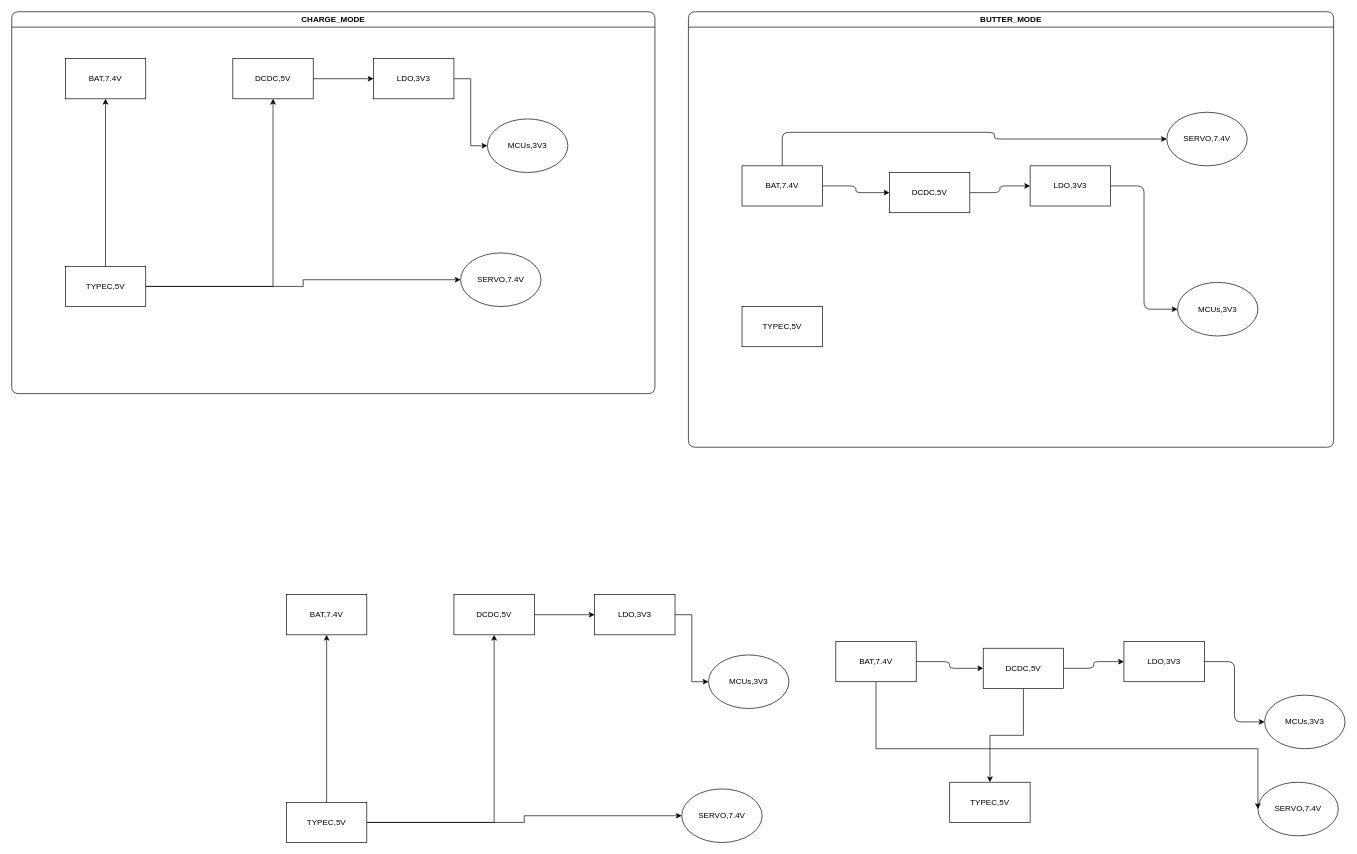
The draw.io diagram Control_Unit/Hardware/电力系统.drawio in Ashington258/EquiCycle, before the edit. Source tidied: cells renumbered, new cells numbered last; positions are measured from the earlier drawing's top-left corner, leaving out a move shared by most shapes. Both pictures are drawn from the tidied source at 67%, with x=0, y=0 at pixel (11, 11).
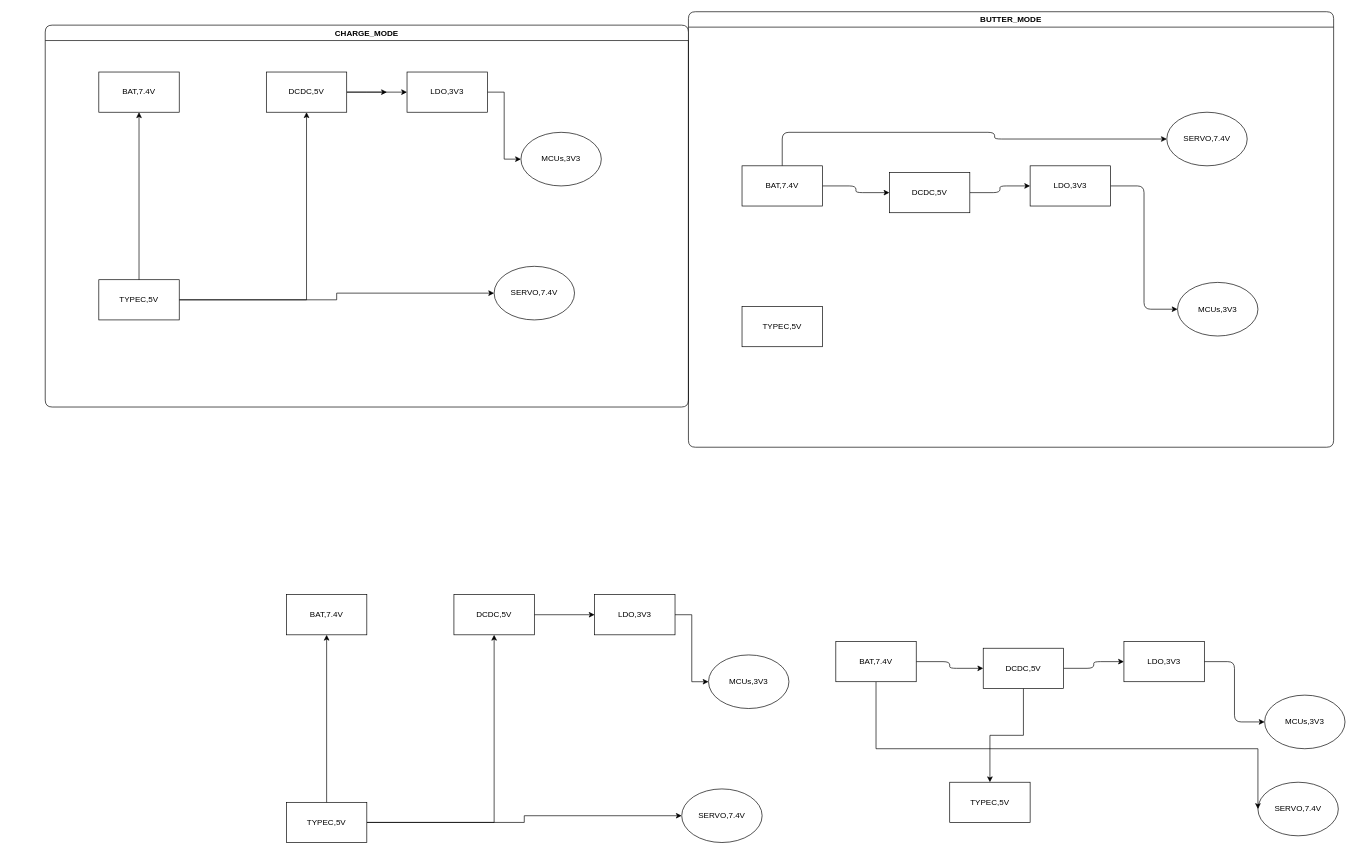
Above is the later version.

Unchanged cells that the change refers to:
```xml
<mxCell id="20" value="DCDC,5V" style="rounded=0;whiteSpace=wrap;html=1;" parent="13" vertex="1">
  <mxGeometry x="330" y="70" width="120" height="60" as="geometry" />
</mxCell>
```

Change to the diagram source:
```diff
@@
     <mxCell id="13" value="CHARGE_MODE" style="swimlane;rounded=1;" parent="1" vertex="1">
-      <mxGeometry width="960" height="570" as="geometry" />
+      <mxGeometry x="50" y="20" width="960" height="570" as="geometry" />
     </mxCell>
@@
+    <mxCell id="47" style="edgeStyle=orthogonalEdgeStyle;rounded=0;jettySize=auto;html=1;" parent="13" edge="1" source="20">
+      <mxGeometry relative="1" as="geometry">
+        <mxPoint x="510" y="100" as="targetPoint" />
+      </mxGeometry>
+    </mxCell>
```
